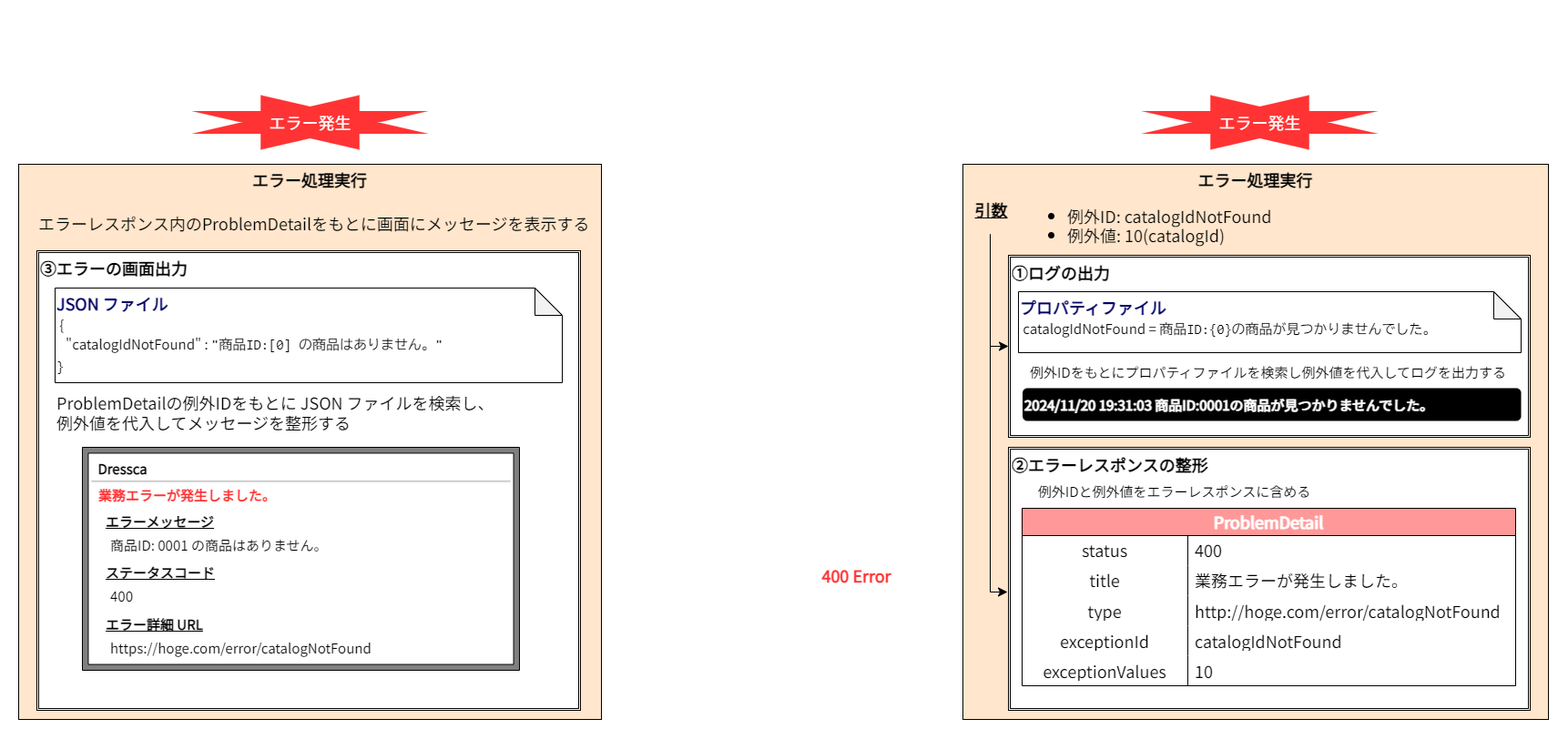
AlesInfiny/maia keeps this draw.io diagram as documents/contents/images/app-architecture/client-side-rendering/error-message-delivery-dark.png. Above is the earlier version. Source tidied: cells renumbered, new cells last; positions are measured from the earlier drawing's top-left corner, leaving out a move shared by most shapes.
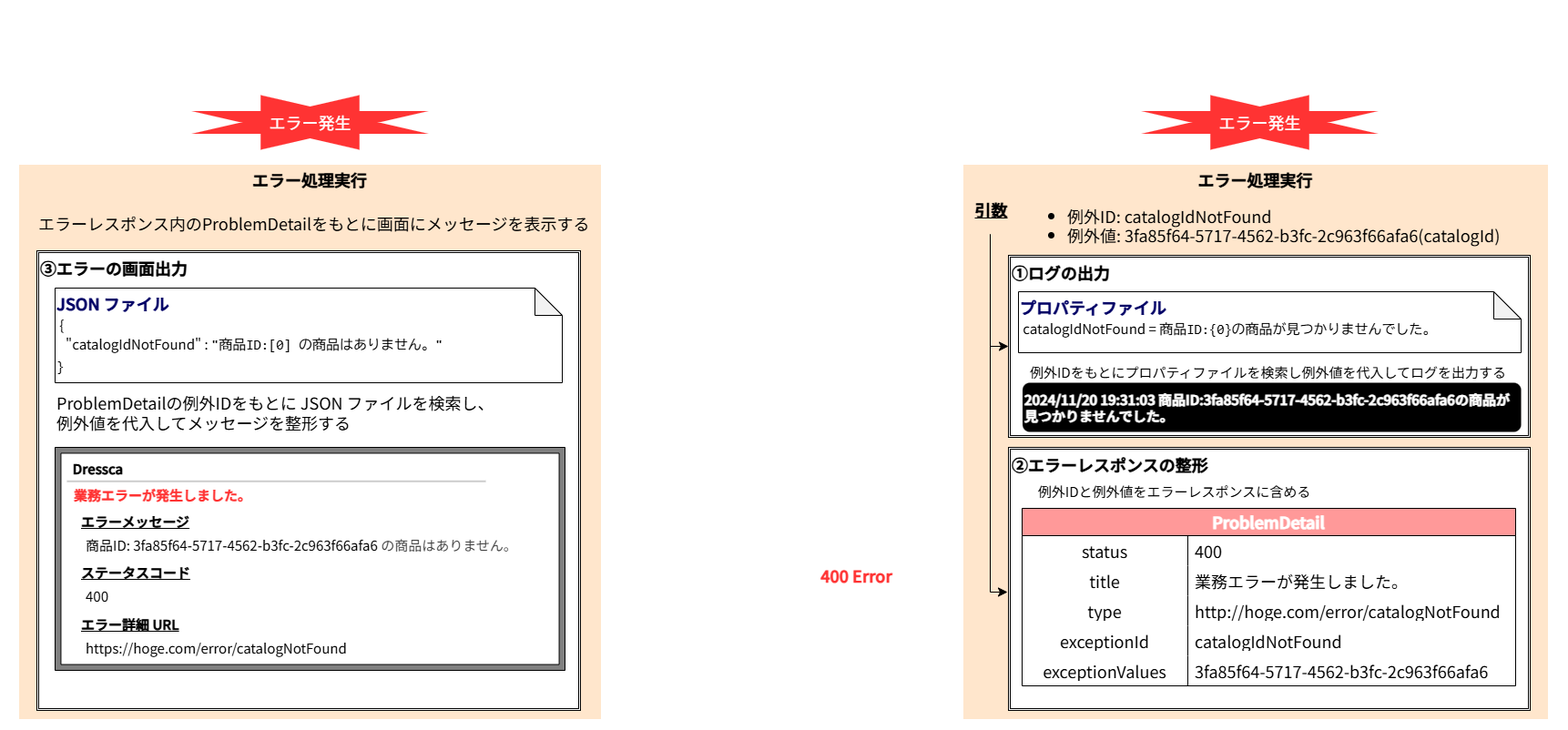
After the change.

Diff of the diagram source:
```diff
@@ -4,6 +4,6 @@
     <mxCell id="1" parent="0" />
-    <mxCell id="2" value="&lt;b&gt;&lt;font color=&quot;#ffffff&quot;&gt;&amp;nbsp;フロントエンドアプリケーション&lt;/font&gt;&lt;/b&gt;" style="whiteSpace=wrap;html=1;align=left;fontSize=18;verticalAlign=top;fontFamily=Noto Sans JP;fontSource=https%3A%2F%2Ffonts.googleapis.com%2Fcss%3Ffamily%3DNoto%2BSans%2BJP;fillColor=none;strokeColor=#FFFFFF;" parent="1" vertex="1">
-      <mxGeometry width="680" height="800" as="geometry" />
-    </mxCell>
+    <mxCell id="57" value="&lt;b&gt;&lt;font style=&quot;color: rgb(255, 255, 255);&quot;&gt;&amp;nbsp;フロントエンドアプリケーション&lt;/font&gt;&lt;/b&gt;" style="whiteSpace=wrap;html=1;align=left;fontSize=18;verticalAlign=top;fontFamily=Noto Sans JP;fontSource=https%3A%2F%2Ffonts.googleapis.com%2Fcss%3Ffamily%3DNoto%2BSans%2BJP;fillColor=none;strokeColor=#FFFFFF;fontColor=#FFFFFF;" parent="1" vertex="1">
+      <mxGeometry width="680" height="800" as="geometry" />
+    </mxCell>
-    <mxCell id="3" value="&lt;font color=&quot;#ffffff&quot;&gt;API呼び出し&lt;/font&gt;" style="whiteSpace=wrap;html=1;labelBackgroundColor=none;fontFamily=Noto Sans JP;fontSource=https%3A%2F%2Ffonts.googleapis.com%2Fcss%3Ffamily%3DNoto%2BSans%2BJP;fontSize=18;fillColor=none;strokeColor=#FFFFFF;" parent="1" vertex="1">
+    <mxCell id="3" value="API呼び出し" style="whiteSpace=wrap;html=1;labelBackgroundColor=none;fontFamily=Noto Sans JP;fontSource=https%3A%2F%2Ffonts.googleapis.com%2Fcss%3Ffamily%3DNoto%2BSans%2BJP;fontSize=18;fillColor=none;fontColor=#FFFFFF;strokeColor=#FFFFFF;" parent="1" vertex="1">
       <mxGeometry x="20" y="50" width="637" height="40" as="geometry" />
@@ -13,16 +13,16 @@
     </mxCell>
-    <mxCell id="5" value="&lt;font&gt;/api/catalog-items&lt;/font&gt;" style="text;html=1;align=center;verticalAlign=middle;strokeColor=none;fillColor=none;fontSize=18;fontFamily=Noto Sans JP;fontColor=#FFFFFF;" parent="1" vertex="1">
+    <mxCell id="5" value="&lt;font style=&quot;color: rgb(255, 255, 255);&quot;&gt;/api/catalog-items&lt;/font&gt;" style="text;html=1;align=center;verticalAlign=middle;strokeColor=none;fillColor=none;fontSize=18;fontFamily=Noto Sans JP;fontColor=#FFFFFF;" parent="1" vertex="1">
       <mxGeometry x="760" y="17" width="180" height="40" as="geometry" />
     </mxCell>
-    <mxCell id="6" value="&lt;b&gt;エラー処理実行&lt;/b&gt;" style="whiteSpace=wrap;html=1;labelBackgroundColor=none;fontFamily=Noto Sans JP;fontSource=https%3A%2F%2Ffonts.googleapis.com%2Fcss%3Ffamily%3DNoto%2BSans%2BJP;fontSize=18;verticalAlign=top;fillColor=#ffe6cc;strokeColor=#000000;" parent="1" vertex="1">
-      <mxGeometry x="20" y="180" width="640" height="610" as="geometry" />
-    </mxCell>
+    <mxCell id="58" value="&lt;b&gt;エラー処理実行&lt;/b&gt;" style="whiteSpace=wrap;html=1;labelBackgroundColor=none;fontFamily=Noto Sans JP;fontSource=https%3A%2F%2Ffonts.googleapis.com%2Fcss%3Ffamily%3DNoto%2BSans%2BJP;fontSize=18;verticalAlign=top;fillColor=#ffe6cc;strokeColor=#FFFFFF;" parent="1" vertex="1">
+      <mxGeometry x="20" y="180" width="640" height="610" as="geometry" />
+    </mxCell>
-    <mxCell id="7" value="&lt;font style=&quot;font-size: 18px;&quot;&gt;エラーレスポンス内のProblemDetailをもとに画面にメッセージを表示する&lt;/font&gt;" style="text;html=1;align=left;verticalAlign=middle;strokeColor=none;fillColor=none;fontSize=15;fontFamily=Noto Sans JP;fontColor=#000000;labelBackgroundColor=none;fontSource=https%3A%2F%2Ffonts.googleapis.com%2Fcss%3Ffamily%3DNoto%2BSans%2BJP;" parent="6" vertex="1">
+    <mxCell id="7" value="&lt;font style=&quot;font-size: 18px;&quot;&gt;エラーレスポンス内のProblemDetailをもとに画面にメッセージを表示する&lt;/font&gt;" style="text;html=1;align=left;verticalAlign=middle;strokeColor=none;fillColor=none;fontSize=15;fontFamily=Noto Sans JP;fontColor=#000000;labelBackgroundColor=none;fontSource=https%3A%2F%2Ffonts.googleapis.com%2Fcss%3Ffamily%3DNoto%2BSans%2BJP;" parent="58" vertex="1">
       <mxGeometry x="19.7" y="45" width="630" height="40" as="geometry" />
     </mxCell>
-    <mxCell id="8" style="edgeStyle=none;jettySize=auto;html=1;fontFamily=Noto Sans JP;fontSource=https%3A%2F%2Ffonts.googleapis.com%2Fcss%3Ffamily%3DNoto%2BSans%2BJP;fontSize=18;exitX=0.503;exitY=1.022;exitDx=0;exitDy=0;exitPerimeter=0;strokeColor=#FFFFFF;" parent="1" edge="1" source="3">
-      <mxGeometry relative="1" as="geometry">
-        <mxPoint x="340" y="180" as="targetPoint" />
-      </mxGeometry>
-    </mxCell>
+    <mxCell id="59" style="edgeStyle=none;jettySize=auto;html=1;fontFamily=Noto Sans JP;fontSource=https%3A%2F%2Ffonts.googleapis.com%2Fcss%3Ffamily%3DNoto%2BSans%2BJP;fontSize=18;exitX=0.503;exitY=1.022;exitDx=0;exitDy=0;exitPerimeter=0;strokeColor=#FFFFFF;" parent="1" edge="1" source="3">
+      <mxGeometry relative="1" as="geometry">
+        <mxPoint x="340" y="180" as="targetPoint" />
+      </mxGeometry>
+    </mxCell>
     <mxCell id="9" value="&lt;b&gt;③エラーの画面出力&lt;/b&gt;" style="shape=ext;double=1;rounded=0;whiteSpace=wrap;html=1;labelBackgroundColor=none;fontFamily=Noto Sans JP;fontSource=https%3A%2F%2Ffonts.googleapis.com%2Fcss%3Ffamily%3DNoto%2BSans%2BJP;fontSize=18;fontColor=#000000;fillColor=#FFFFFF;align=left;verticalAlign=top;" parent="1" vertex="1">
@@ -53,35 +53,35 @@
     </mxCell>
-    <mxCell id="16" style="verticalLabelPosition=bottom;verticalAlign=top;html=1;shape=mxgraph.basic.frame;dx=6.43;whiteSpace=wrap;labelBackgroundColor=none;fontFamily=Noto Sans JP;fontSource=https%3A%2F%2Ffonts.googleapis.com%2Fcss%3Ffamily%3DNoto%2BSans%2BJP;fontSize=15;fontColor=#FF3333;fillColor=#808080;" parent="1" vertex="1">
-      <mxGeometry x="90" y="491" width="480" height="245" as="geometry" />
-    </mxCell>
+    <mxCell id="60" style="verticalLabelPosition=bottom;verticalAlign=top;html=1;shape=mxgraph.basic.frame;dx=6.43;whiteSpace=wrap;labelBackgroundColor=none;fontFamily=Noto Sans JP;fontSource=https%3A%2F%2Ffonts.googleapis.com%2Fcss%3Ffamily%3DNoto%2BSans%2BJP;fontSize=15;fontColor=#FF3333;fillColor=#808080;" parent="1" vertex="1">
+      <mxGeometry x="60" y="491" width="560" height="245" as="geometry" />
+    </mxCell>
     <mxCell id="17" value="業務エラーが発生しました。" style="text;html=1;align=left;verticalAlign=middle;strokeColor=none;fillColor=none;fontSize=15;fontFamily=Noto Sans JP;fontColor=#FF3333;fontStyle=1;" parent="1" vertex="1">
-      <mxGeometry x="106" y="528" width="220" height="30" as="geometry" />
+      <mxGeometry x="79" y="528" width="220" height="30" as="geometry" />
     </mxCell>
     <mxCell id="18" value="&lt;u&gt;エラーメッセージ&lt;/u&gt;" style="text;html=1;align=left;verticalAlign=middle;strokeColor=none;fillColor=none;fontSize=15;fontFamily=Noto Sans JP;fontColor=#000000;fontStyle=1;" parent="1" vertex="1">
-      <mxGeometry x="114" y="557" width="140" height="30" as="geometry" />
+      <mxGeometry x="87" y="557" width="140" height="30" as="geometry" />
     </mxCell>
-    <mxCell id="19" value="商品ID: 0001 の商品はありません。" style="text;html=1;align=left;verticalAlign=middle;strokeColor=none;fillColor=none;fontSize=15;fontFamily=Noto Sans JP;fontColor=#000000;fontStyle=0;" parent="1" vertex="1">
-      <mxGeometry x="119" y="583" width="260" height="30" as="geometry" />
-    </mxCell>
+    <mxCell id="61" value="商品ID:&amp;nbsp;3fa85f64-5717-4562-b3fc-2c963f66afa6&lt;span style=&quot;color: rgb(63, 63, 63); background-color: transparent;&quot;&gt;&amp;nbsp;の商品はありません。&lt;/span&gt;" style="text;html=1;align=left;verticalAlign=middle;strokeColor=none;fillColor=none;fontSize=15;fontFamily=Noto Sans JP;fontColor=#000000;fontStyle=0;" parent="1" vertex="1">
+      <mxGeometry x="92" y="583" width="500" height="30" as="geometry" />
+    </mxCell>
     <mxCell id="20" value="Dressca" style="text;html=1;align=center;verticalAlign=middle;strokeColor=none;fillColor=none;fontSize=15;fontFamily=Noto Sans JP;fontColor=#000000;fontStyle=1;" parent="1" vertex="1">
-      <mxGeometry x="94" y="498.5" width="80" height="30" as="geometry" />
+      <mxGeometry x="67" y="498.5" width="80" height="30" as="geometry" />
     </mxCell>
-    <mxCell id="21" style="line;strokeWidth=2;html=1;labelBackgroundColor=none;fontFamily=Noto Sans JP;fontSource=https%3A%2F%2Ffonts.googleapis.com%2Fcss%3Ffamily%3DNoto%2BSans%2BJP;fontSize=15;fontColor=#000000;fillColor=#808080;strokeColor=#CCCCCC;" parent="1" vertex="1">
-      <mxGeometry x="100" y="521.5" width="460" height="13.5" as="geometry" />
-    </mxCell>
+    <mxCell id="62" style="line;strokeWidth=2;html=1;labelBackgroundColor=none;fontFamily=Noto Sans JP;fontSource=https%3A%2F%2Ffonts.googleapis.com%2Fcss%3Ffamily%3DNoto%2BSans%2BJP;fontSize=15;fontColor=#000000;fillColor=#808080;strokeColor=#CCCCCC;" parent="1" vertex="1">
+      <mxGeometry x="73" y="521.5" width="460" height="13.5" as="geometry" />
+    </mxCell>
-    <mxCell id="22" value="&lt;b&gt;&lt;font color=&quot;#ffffff&quot;&gt;&amp;nbsp;バックエンドアプリケーション&lt;/font&gt;&lt;/b&gt;" style="whiteSpace=wrap;html=1;align=left;fontSize=18;verticalAlign=top;fontFamily=Noto Sans JP;fontSource=https%3A%2F%2Ffonts.googleapis.com%2Fcss%3Ffamily%3DNoto%2BSans%2BJP;fillColor=none;strokeColor=#FFFFFF;" parent="1" vertex="1">
+    <mxCell id="22" value="&lt;b&gt;&lt;font style=&quot;color: rgb(255, 255, 255);&quot;&gt;&amp;nbsp;バックエンドアプリケーション&lt;/font&gt;&lt;/b&gt;" style="whiteSpace=wrap;html=1;align=left;fontSize=18;verticalAlign=top;fontFamily=Noto Sans JP;fontSource=https%3A%2F%2Ffonts.googleapis.com%2Fcss%3Ffamily%3DNoto%2BSans%2BJP;fillColor=none;strokeColor=#FFFFFF;" parent="1" vertex="1">
       <mxGeometry x="1040" width="680" height="800" as="geometry" />
     </mxCell>
-    <mxCell id="23" value="&lt;font color=&quot;#ffffff&quot;&gt;処理実行&lt;/font&gt;" style="whiteSpace=wrap;html=1;labelBackgroundColor=none;fontFamily=Noto Sans JP;fontSource=https%3A%2F%2Ffonts.googleapis.com%2Fcss%3Ffamily%3DNoto%2BSans%2BJP;fontSize=18;fillColor=none;strokeColor=#FFFFFF;" parent="1" vertex="1">
+    <mxCell id="23" value="&lt;font style=&quot;color: rgb(255, 255, 255);&quot;&gt;処理実行&lt;/font&gt;" style="whiteSpace=wrap;html=1;labelBackgroundColor=none;fontFamily=Noto Sans JP;fontSource=https%3A%2F%2Ffonts.googleapis.com%2Fcss%3Ffamily%3DNoto%2BSans%2BJP;fontSize=18;fillColor=none;strokeColor=#FFFFFF;" parent="1" vertex="1">
       <mxGeometry x="1057" y="50" width="653" height="40" as="geometry" />
     </mxCell>
-    <mxCell id="24" value="&lt;b&gt;エラー処理実行&lt;/b&gt;" style="whiteSpace=wrap;html=1;labelBackgroundColor=none;fontFamily=Noto Sans JP;fontSource=https%3A%2F%2Ffonts.googleapis.com%2Fcss%3Ffamily%3DNoto%2BSans%2BJP;fontSize=18;verticalAlign=top;fillColor=#ffe6cc;strokeColor=#000000;" parent="1" vertex="1">
-      <mxGeometry x="1057" y="180" width="643" height="610" as="geometry" />
-    </mxCell>
-    <mxCell id="25" value="&lt;ul&gt;&lt;li&gt;例外ID: catalogIdNotFound&lt;/li&gt;&lt;li&gt;例外値: 10(catalogId)&lt;/li&gt;&lt;/ul&gt;" style="text;strokeColor=none;fillColor=none;html=1;whiteSpace=wrap;verticalAlign=bottom;overflow=hidden;labelBackgroundColor=none;fontFamily=Noto Sans JP;fontSource=https%3A%2F%2Ffonts.googleapis.com%2Fcss%3Ffamily%3DNoto%2BSans%2BJP;fontSize=18;fontColor=#000000;" parent="24" vertex="1">
-      <mxGeometry x="73.2" y="20" width="569.8" height="90" as="geometry" />
-    </mxCell>
-    <mxCell id="26" style="edgeStyle=none;jettySize=auto;html=1;fontFamily=Noto Sans JP;fontSource=https%3A%2F%2Ffonts.googleapis.com%2Fcss%3Ffamily%3DNoto%2BSans%2BJP;fontSize=18;exitX=0.5;exitY=1;exitDx=0;exitDy=0;strokeColor=#FFFFFF;" parent="1" edge="1" source="23" target="24">
-      <mxGeometry relative="1" as="geometry" />
-    </mxCell>
+    <mxCell id="63" value="&lt;b&gt;エラー処理実行&lt;/b&gt;" style="whiteSpace=wrap;html=1;labelBackgroundColor=none;fontFamily=Noto Sans JP;fontSource=https%3A%2F%2Ffonts.googleapis.com%2Fcss%3Ffamily%3DNoto%2BSans%2BJP;fontSize=18;verticalAlign=top;fillColor=#ffe6cc;strokeColor=#FFFFFF;" parent="1" vertex="1">
+      <mxGeometry x="1057" y="180" width="643" height="610" as="geometry" />
+    </mxCell>
+    <mxCell id="64" value="&lt;ul&gt;&lt;li&gt;例外ID: catalogIdNotFound&lt;/li&gt;&lt;li&gt;例外値: 3fa85f64-5717-4562-b3fc-2c963f66afa6(catalogId)&lt;/li&gt;&lt;/ul&gt;" style="text;strokeColor=none;fillColor=none;html=1;whiteSpace=wrap;verticalAlign=bottom;overflow=hidden;labelBackgroundColor=none;fontFamily=Noto Sans JP;fontSource=https%3A%2F%2Ffonts.googleapis.com%2Fcss%3Ffamily%3DNoto%2BSans%2BJP;fontSize=18;fontColor=#000000;" parent="63" vertex="1">
+      <mxGeometry x="73.2" y="20" width="569.8" height="90" as="geometry" />
+    </mxCell>
+    <mxCell id="65" style="edgeStyle=none;jettySize=auto;html=1;fontFamily=Noto Sans JP;fontSource=https%3A%2F%2Ffonts.googleapis.com%2Fcss%3Ffamily%3DNoto%2BSans%2BJP;fontSize=18;exitX=0.5;exitY=1;exitDx=0;exitDy=0;strokeColor=#FFFFFF;" parent="1" edge="1" source="23" target="63">
+      <mxGeometry relative="1" as="geometry" />
+    </mxCell>
     <mxCell id="27" style="verticalLabelPosition=bottom;verticalAlign=top;html=1;shape=mxgraph.basic.8_point_star;labelBackgroundColor=#FFFFFF;fontFamily=Noto Sans JP;fontSource=https%3A%2F%2Ffonts.googleapis.com%2Fcss%3Ffamily%3DNoto%2BSans%2BJP;fontSize=18;fillColor=#FF3333;strokeColor=none;align=center;horizontal=0;" parent="1" vertex="1">
@@ -149,22 +149,22 @@
     </mxCell>
-    <mxCell id="48" value="10" style="shape=partialRectangle;html=1;whiteSpace=wrap;fillColor=none;top=0;left=0;bottom=0;right=0;align=left;spacingLeft=6;overflow=hidden;labelBackgroundColor=none;fontFamily=Noto Sans JP;fontSource=https%3A%2F%2Ffonts.googleapis.com%2Fcss%3Ffamily%3DNoto%2BSans%2BJP;fontSize=18;fontColor=#000000;" parent="46" vertex="1">
-      <mxGeometry x="182" width="360" height="33" as="geometry" />
-    </mxCell>
-    <mxCell id="49" style="edgeStyle=elbowEdgeStyle;elbow=vertical;endArrow=classic;html=1;curved=0;rounded=0;endSize=8;startSize=8;fontFamily=Noto Sans JP;fontSource=https%3A%2F%2Ffonts.googleapis.com%2Fcss%3Ffamily%3DNoto%2BSans%2BJP;fontSize=18;fontColor=#000000;entryX=0;entryY=0.5;entryDx=0;entryDy=0;" parent="1" edge="1" target="30">
-      <mxGeometry relative="1" as="geometry">
-        <mxPoint x="1087" y="260" as="sourcePoint" />
-        <Array as="points">
-          <mxPoint x="1100" y="380" />
-        </Array>
-      </mxGeometry>
-    </mxCell>
-    <mxCell id="50" style="edgeStyle=elbowEdgeStyle;elbow=vertical;endArrow=classic;html=1;curved=0;rounded=0;endSize=8;startSize=8;fontFamily=Noto Sans JP;fontSource=https%3A%2F%2Ffonts.googleapis.com%2Fcss%3Ffamily%3DNoto%2BSans%2BJP;fontSize=18;fontColor=#000000;entryX=0;entryY=0.5;entryDx=0;entryDy=0;exitX=0.5;exitY=1.143;exitDx=0;exitDy=0;exitPerimeter=0;" parent="1" edge="1">
-      <mxGeometry relative="1" as="geometry">
-        <mxPoint x="1087" y="256.7" as="sourcePoint" />
-        <mxPoint x="1106" y="651" as="targetPoint" />
-        <Array as="points">
-          <mxPoint x="1076" y="650" />
-        </Array>
-      </mxGeometry>
-    </mxCell>
+    <mxCell id="66" value="3fa85f64-5717-4562-b3fc-2c963f66afa6" style="shape=partialRectangle;html=1;whiteSpace=wrap;fillColor=none;top=0;left=0;bottom=0;right=0;align=left;spacingLeft=6;overflow=hidden;labelBackgroundColor=none;fontFamily=Noto Sans JP;fontSource=https%3A%2F%2Ffonts.googleapis.com%2Fcss%3Ffamily%3DNoto%2BSans%2BJP;fontSize=18;fontColor=#000000;" parent="46" vertex="1">
+      <mxGeometry x="182" width="360" height="33" as="geometry" />
+    </mxCell>
+    <mxCell id="67" style="edgeStyle=elbowEdgeStyle;elbow=vertical;endArrow=classic;html=1;curved=0;rounded=0;endSize=8;startSize=8;fontFamily=Noto Sans JP;fontSource=https%3A%2F%2Ffonts.googleapis.com%2Fcss%3Ffamily%3DNoto%2BSans%2BJP;fontSize=18;fontColor=#000000;entryX=0;entryY=0.5;entryDx=0;entryDy=0;" parent="1" edge="1" target="30">
+      <mxGeometry relative="1" as="geometry">
+        <mxPoint x="1087" y="260" as="sourcePoint" />
+        <Array as="points">
+          <mxPoint x="1100" y="380" />
+        </Array>
+      </mxGeometry>
+    </mxCell>
+    <mxCell id="68" style="edgeStyle=elbowEdgeStyle;elbow=vertical;endArrow=classic;html=1;curved=0;rounded=0;endSize=8;startSize=8;fontFamily=Noto Sans JP;fontSource=https%3A%2F%2Ffonts.googleapis.com%2Fcss%3Ffamily%3DNoto%2BSans%2BJP;fontSize=18;fontColor=#000000;entryX=0;entryY=0.5;entryDx=0;entryDy=0;exitX=0.5;exitY=1.143;exitDx=0;exitDy=0;exitPerimeter=0;" parent="1" edge="1">
+      <mxGeometry relative="1" as="geometry">
+        <mxPoint x="1087" y="256.7" as="sourcePoint" />
+        <mxPoint x="1106" y="651" as="targetPoint" />
+        <Array as="points">
+          <mxPoint x="1076" y="650" />
+        </Array>
+      </mxGeometry>
+    </mxCell>
     <mxCell id="51" value="例外IDと例外値をエラーレスポンスに含める" style="text;html=1;align=center;verticalAlign=middle;strokeColor=none;fillColor=none;fontSize=15;fontFamily=Noto Sans JP;fontColor=#000000;labelBackgroundColor=none;fontSource=https%3A%2F%2Ffonts.googleapis.com%2Fcss%3Ffamily%3DNoto%2BSans%2BJP;" parent="1" vertex="1">
@@ -175,17 +175,17 @@
     </mxCell>
-    <mxCell id="53" value="&lt;b&gt;2024/11/20 19:31:03 商品ID:0001の商品が見つかりませんでした。&lt;/b&gt;" style="rounded=1;whiteSpace=wrap;html=1;labelBackgroundColor=none;fontFamily=Noto Sans JP;fontSource=https%3A%2F%2Ffonts.googleapis.com%2Fcss%3Ffamily%3DNoto%2BSans%2BJP;fontSize=15;fontColor=#FFFFFF;fillColor=#000000;strokeColor=none;align=left;" parent="1" vertex="1">
-      <mxGeometry x="1122.5" y="426" width="547.5" height="36" as="geometry" />
-    </mxCell>
+    <mxCell id="69" value="&lt;b&gt;&lt;font style=&quot;color: rgb(255, 255, 255);&quot;&gt;2024/11/20 19:31:03 商品ID:3fa85f64-5717-4562-b3fc-2c963f66afa6の商品が見つかりませんでした。&lt;/font&gt;&lt;/b&gt;" style="rounded=1;whiteSpace=wrap;html=1;labelBackgroundColor=none;fontFamily=Noto Sans JP;fontSource=https%3A%2F%2Ffonts.googleapis.com%2Fcss%3Ffamily%3DNoto%2BSans%2BJP;fontSize=15;fontColor=#FFFFFF;fillColor=#000000;strokeColor=none;align=left;" parent="1" vertex="1">
+      <mxGeometry x="1122.5" y="420" width="547.5" height="54" as="geometry" />
+    </mxCell>
     <mxCell id="54" value="400" style="text;html=1;align=left;verticalAlign=middle;strokeColor=none;fillColor=none;fontSize=15;fontFamily=Noto Sans JP;fontColor=#000000;fontStyle=0;" parent="1" vertex="1">
-      <mxGeometry x="119" y="639" width="50" height="30" as="geometry" />
+      <mxGeometry x="92" y="639" width="50" height="30" as="geometry" />
     </mxCell>
     <mxCell id="55" value="&lt;u style=&quot;&quot;&gt;&lt;font style=&quot;&quot;&gt;ステータスコード&lt;/font&gt;&lt;/u&gt;" style="text;html=1;align=left;verticalAlign=middle;strokeColor=none;fillColor=none;fontSize=15;fontFamily=Noto Sans JP;fontColor=#000000;fontStyle=1;" parent="1" vertex="1">
-      <mxGeometry x="114" y="613" width="140" height="30" as="geometry" />
+      <mxGeometry x="87" y="613" width="140" height="30" as="geometry" />
     </mxCell>
     <mxCell id="56" value="&lt;u style=&quot;&quot;&gt;&lt;font style=&quot;&quot;&gt;エラー詳細 URL&lt;/font&gt;&lt;/u&gt;" style="text;html=1;align=left;verticalAlign=middle;strokeColor=none;fillColor=none;fontSize=15;fontFamily=Noto Sans JP;fontColor=#000000;fontStyle=1;" parent="1" vertex="1">
-      <mxGeometry x="114" y="670" width="130" height="30" as="geometry" />
+      <mxGeometry x="87" y="670" width="130" height="30" as="geometry" />
     </mxCell>
-    <mxCell id="57" value="https://hoge.com/error/catalogNotFound" style="text;html=1;align=left;verticalAlign=middle;strokeColor=none;fillColor=none;fontSize=15;fontFamily=Noto Sans JP;fontColor=#000000;fontStyle=0;" parent="1" vertex="1">
-      <mxGeometry x="119" y="696" width="310" height="30" as="geometry" />
-    </mxCell>
+    <mxCell id="70" value="https://hoge.com/error/catalogNotFound" style="text;html=1;align=left;verticalAlign=middle;strokeColor=none;fillColor=none;fontSize=15;fontFamily=Noto Sans JP;fontColor=#000000;fontStyle=0;" parent="1" vertex="1">
+      <mxGeometry x="92" y="696" width="310" height="30" as="geometry" />
+    </mxCell>
   </root>
```
